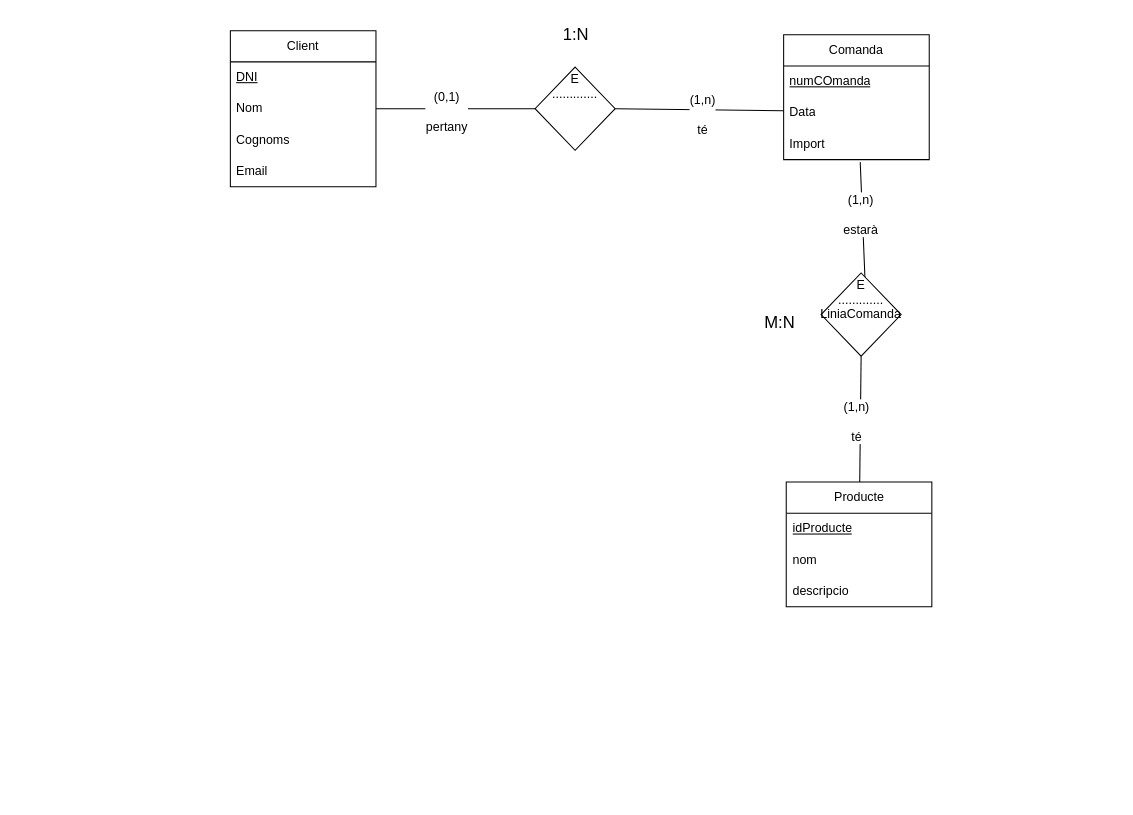
The draw.io diagram 0377-ASGBD (M10)/Untitled Diagram.drawio in gxldnn/edt, before the edit. Source tidied: cells renumbered, new cells numbered last; positions are measured from the earlier drawing's top-left corner, leaving out a move shared by most shapes. Both pictures are drawn from the tidied source at 104%, with x=0, y=0 at pixel (230, 18).
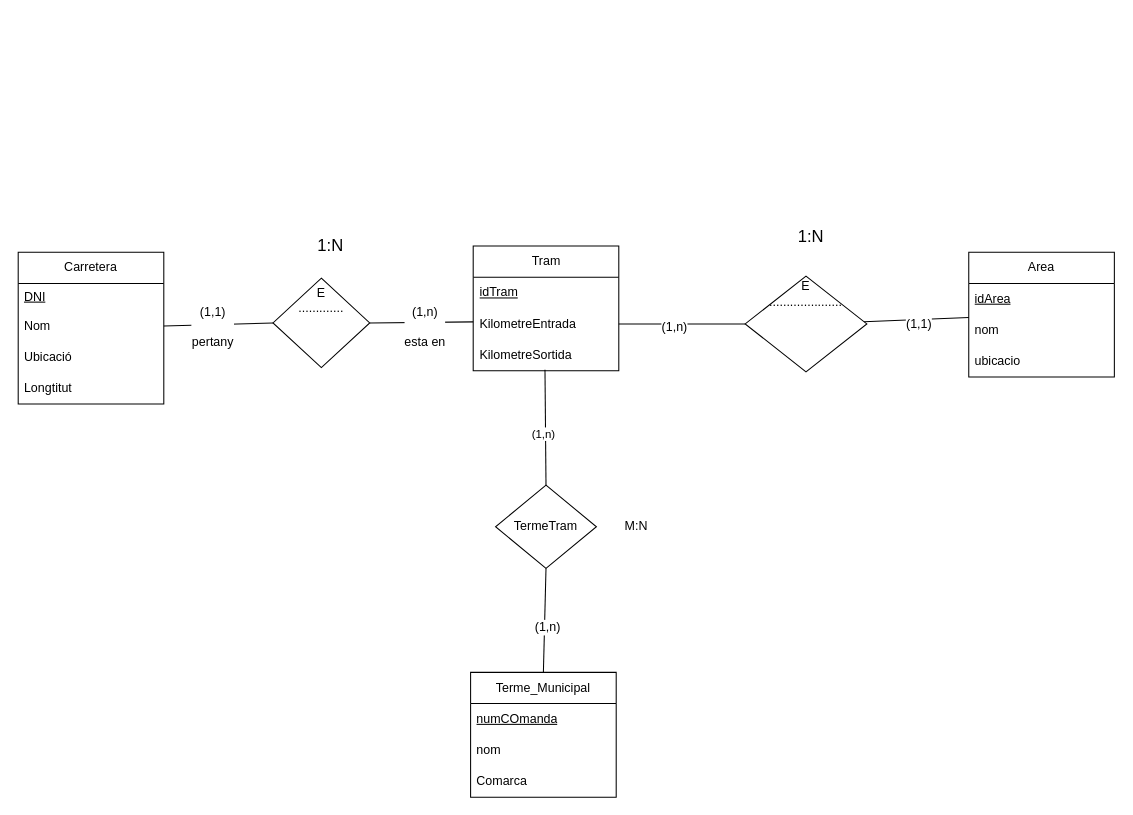
The same diagram, later.

The change refers to these unchanged cells:
```xml
<mxCell id="11" style="endArrow=none;html=1;rounded=0;fontSize=12;startSize=8;endSize=8;curved=1;entryX=0;entryY=0.5;entryDx=0;entryDy=0;exitX=1;exitY=0.5;exitDx=0;exitDy=0;" parent="1" edge="1" source="4" target="16">
  <mxGeometry relative="1" as="geometry" />
</mxCell>
<mxCell id="13" style="endArrow=none;html=1;rounded=0;fontSize=12;startSize=8;endSize=8;curved=1;entryX=0;entryY=0.433;entryDx=0;entryDy=0;exitX=1;exitY=0.5;exitDx=0;exitDy=0;entryPerimeter=0;" parent="1" edge="1" source="16" target="9">
  <mxGeometry relative="1" as="geometry" />
</mxCell>
```

Diff of the diagram source:
```diff
@@
-    <mxCell id="2" value="Client" style="swimlane;fontStyle=0;horizontal=1;startSize=30;whiteSpace=wrap;html=1;" parent="1" vertex="1">
-      <mxGeometry y="12" width="140" height="150" as="geometry" />
+    <mxCell id="2" value="Carretera" style="swimlane;fontStyle=0;horizontal=1;startSize=30;whiteSpace=wrap;html=1;" parent="1" vertex="1">
+      <mxGeometry x="-204" y="225" width="140" height="146" as="geometry" />
     </mxCell>
     <mxCell id="3" value="&lt;u&gt;DNI&lt;/u&gt;" style="text;strokeColor=none;fillColor=none;align=left;verticalAlign=middle;spacingLeft=4;spacingRight=4;overflow=hidden;whiteSpace=wrap;html=1;" parent="2" vertex="1">
-      <mxGeometry y="30" width="140" height="30" as="geometry" />
+      <mxGeometry y="30" width="140" height="26" as="geometry" />
     </mxCell>
     <mxCell id="4" value="Nom" style="text;strokeColor=none;fillColor=none;align=left;verticalAlign=middle;spacingLeft=4;spacingRight=4;overflow=hidden;points=[[0,0.5],[1,0.5]];portConstraint=eastwest;whiteSpace=wrap;html=1;" parent="2" vertex="1">
-      <mxGeometry y="60" width="140" height="30" as="geometry" />
+      <mxGeometry y="56" width="140" height="30" as="geometry" />
     </mxCell>
-    <mxCell id="5" value="&lt;div&gt;Cognoms&lt;/div&gt;" style="text;strokeColor=none;fillColor=none;align=left;verticalAlign=middle;spacingLeft=4;spacingRight=4;overflow=hidden;whiteSpace=wrap;html=1;" parent="2" vertex="1">
-      <mxGeometry y="90" width="140" height="30" as="geometry" />
+    <mxCell id="5" value="Ubicació" style="text;strokeColor=none;fillColor=none;align=left;verticalAlign=middle;spacingLeft=4;spacingRight=4;overflow=hidden;whiteSpace=wrap;html=1;" parent="2" vertex="1">
+      <mxGeometry y="86" width="140" height="30" as="geometry" />
     </mxCell>
-    <mxCell id="6" value="&lt;div&gt;Email&lt;/div&gt;" style="text;strokeColor=none;fillColor=none;align=left;verticalAlign=middle;spacingLeft=4;spacingRight=4;overflow=hidden;whiteSpace=wrap;html=1;" parent="2" vertex="1">
-      <mxGeometry y="120" width="140" height="30" as="geometry" />
+    <mxCell id="6" value="&lt;div&gt;Longtitut&lt;/div&gt;" style="text;strokeColor=none;fillColor=none;align=left;verticalAlign=middle;spacingLeft=4;spacingRight=4;overflow=hidden;whiteSpace=wrap;html=1;" parent="2" vertex="1">
+      <mxGeometry y="116" width="140" height="30" as="geometry" />
     </mxCell>
-    <mxCell id="7" value="Comanda" style="swimlane;fontStyle=0;horizontal=1;startSize=30;whiteSpace=wrap;html=1;" parent="1" vertex="1">
-      <mxGeometry x="532" y="16" width="140" height="120" as="geometry" />
+    <mxCell id="7" value="Tram" style="swimlane;fontStyle=0;horizontal=1;startSize=30;whiteSpace=wrap;html=1;" parent="1" vertex="1">
+      <mxGeometry x="233.5" y="219" width="140" height="120" as="geometry" />
     </mxCell>
-    <mxCell id="8" value="&lt;u&gt;numCOmanda&lt;/u&gt;" style="text;strokeColor=none;fillColor=none;align=left;verticalAlign=middle;spacingLeft=4;spacingRight=4;overflow=hidden;whiteSpace=wrap;html=1;" parent="7" vertex="1">
+    <mxCell id="8" value="&lt;u&gt;idTram&lt;/u&gt;" style="text;strokeColor=none;fillColor=none;align=left;verticalAlign=middle;spacingLeft=4;spacingRight=4;overflow=hidden;whiteSpace=wrap;html=1;" parent="7" vertex="1">
       <mxGeometry y="30" width="140" height="30" as="geometry" />
     </mxCell>
-    <mxCell id="9" value="Data" style="text;strokeColor=none;fillColor=none;align=left;verticalAlign=middle;spacingLeft=4;spacingRight=4;overflow=hidden;points=[[0,0.5],[1,0.5]];portConstraint=eastwest;whiteSpace=wrap;html=1;" parent="7" vertex="1">
+    <mxCell id="9" value="KilometreEntrada" style="text;strokeColor=none;fillColor=none;align=left;verticalAlign=middle;spacingLeft=4;spacingRight=4;overflow=hidden;points=[[0,0.5],[1,0.5]];portConstraint=eastwest;whiteSpace=wrap;html=1;" parent="7" vertex="1">
       <mxGeometry y="60" width="140" height="30" as="geometry" />
     </mxCell>
-    <mxCell id="10" value="Import" style="text;strokeColor=none;fillColor=none;align=left;verticalAlign=middle;spacingLeft=4;spacingRight=4;overflow=hidden;points=[[0,0.5],[1,0.5]];portConstraint=eastwest;whiteSpace=wrap;html=1;" parent="7" vertex="1">
+    <mxCell id="10" value="KilometreSortida" style="text;strokeColor=none;fillColor=none;align=left;verticalAlign=middle;spacingLeft=4;spacingRight=4;overflow=hidden;points=[[0,0.5],[1,0.5]];portConstraint=eastwest;whiteSpace=wrap;html=1;" parent="7" vertex="1">
       <mxGeometry y="90" width="140" height="30" as="geometry" />
     </mxCell>
@@
-    <mxCell id="12" value="&lt;div&gt;(0,1)&lt;/div&gt;&lt;div&gt;&lt;br&gt;&lt;/div&gt;&lt;div&gt;pertany&lt;/div&gt;" style="edgeLabel;html=1;align=center;verticalAlign=middle;fontSize=12;" parent="11" vertex="1">
+    <mxCell id="12" value="&lt;div&gt;(1,1)&lt;/div&gt;&lt;div&gt;&lt;br&gt;&lt;/div&gt;&lt;div&gt;pertany&lt;/div&gt;" style="edgeLabel;html=1;align=center;verticalAlign=middle;fontSize=12;" parent="11" vertex="1">
       <mxGeometry x="-0.13" y="-2" relative="1" as="geometry" />
     </mxCell>
@@
-    <mxCell id="14" value="&lt;div&gt;(1,n)&lt;/div&gt;&lt;div&gt;&lt;br&gt;&lt;/div&gt;&lt;div&gt;té&lt;/div&gt;" style="edgeLabel;html=1;align=center;verticalAlign=middle;fontSize=12;" parent="13" vertex="1">
+    <mxCell id="14" value="&lt;div&gt;(1,n)&lt;/div&gt;&lt;div&gt;&lt;br&gt;&lt;/div&gt;&lt;div&gt;esta en&lt;/div&gt;" style="edgeLabel;html=1;align=center;verticalAlign=middle;fontSize=12;" parent="13" vertex="1">
       <mxGeometry x="0.04" y="-4" relative="1" as="geometry" />
     </mxCell>
     <mxCell id="15" style="group;" parent="1" vertex="1">
-      <mxGeometry x="293" width="77" height="127" as="geometry" />
+      <mxGeometry x="57" y="203" width="77" height="133" as="geometry" />
     </mxCell>
     <mxCell id="16" value="&lt;div&gt;E&lt;/div&gt;&lt;div&gt;.............&lt;/div&gt;&lt;div&gt;&lt;br&gt;&lt;/div&gt;&lt;div&gt;&lt;br&gt;&lt;/div&gt;&lt;div&gt;&lt;br&gt;&lt;/div&gt;" style="rhombus;whiteSpace=wrap;html=1;" parent="15" vertex="1">
-      <mxGeometry y="47" width="77" height="80" as="geometry" />
+      <mxGeometry x="-16" y="47" width="93" height="86" as="geometry" />
     </mxCell>
@@
-    <mxCell id="18" value="Producte" style="swimlane;fontStyle=0;horizontal=1;startSize=30;whiteSpace=wrap;html=1;" parent="1" vertex="1">
-      <mxGeometry x="534.5" y="446" width="140" height="120" as="geometry" />
+    <mxCell id="18" value="Area" style="swimlane;fontStyle=0;horizontal=1;startSize=30;whiteSpace=wrap;html=1;" parent="1" vertex="1">
+      <mxGeometry x="710" y="225" width="140" height="120" as="geometry" />
     </mxCell>
-    <mxCell id="19" value="&lt;u&gt;idProducte&lt;/u&gt;" style="text;strokeColor=none;fillColor=none;align=left;verticalAlign=middle;spacingLeft=4;spacingRight=4;overflow=hidden;whiteSpace=wrap;html=1;" parent="18" vertex="1">
+    <mxCell id="19" value="&lt;u&gt;idArea&lt;/u&gt;" style="text;strokeColor=none;fillColor=none;align=left;verticalAlign=middle;spacingLeft=4;spacingRight=4;overflow=hidden;whiteSpace=wrap;html=1;" parent="18" vertex="1">
       <mxGeometry y="30" width="140" height="30" as="geometry" />
     </mxCell>
@@
-    <mxCell id="21" value="&lt;div&gt;descripcio&lt;/div&gt;" style="text;strokeColor=none;fillColor=none;align=left;verticalAlign=middle;spacingLeft=4;spacingRight=4;overflow=hidden;whiteSpace=wrap;html=1;" parent="18" vertex="1">
+    <mxCell id="21" value="&lt;div&gt;ubicacio&lt;/div&gt;" style="text;strokeColor=none;fillColor=none;align=left;verticalAlign=middle;spacingLeft=4;spacingRight=4;overflow=hidden;whiteSpace=wrap;html=1;" parent="18" vertex="1">
       <mxGeometry y="90" width="140" height="30" as="geometry" />
     </mxCell>
-    <mxCell id="22" style="endArrow=none;html=1;rounded=0;fontSize=12;startSize=8;endSize=8;curved=1;entryX=0.55;entryY=0.111;entryDx=0;entryDy=0;exitX=0.526;exitY=1.08;exitDx=0;exitDy=0;exitPerimeter=0;entryPerimeter=0;" parent="1" edge="1" source="10" target="27">
+    <mxCell id="22" style="endArrow=none;html=1;rounded=0;fontSize=12;startSize=8;endSize=8;curved=1;entryX=0;entryY=0.5;entryDx=0;entryDy=0;exitX=1;exitY=0.5;exitDx=0;exitDy=0;" parent="1" edge="1" source="9" target="27">
       <mxGeometry relative="1" as="geometry" />
     </mxCell>
-    <mxCell id="23" value="&lt;div&gt;(1,n)&lt;/div&gt;&lt;div&gt;&lt;br&gt;&lt;/div&gt;&lt;div&gt;estarà&lt;br&gt;&lt;/div&gt;" style="edgeLabel;html=1;align=center;verticalAlign=middle;fontSize=12;" parent="22" vertex="1">
+    <mxCell id="23" value="&lt;div&gt;(1,n)&lt;/div&gt;" style="edgeLabel;html=1;align=center;verticalAlign=middle;fontSize=12;" parent="22" vertex="1">
       <mxGeometry x="-0.13" y="-2" relative="1" as="geometry" />
     </mxCell>
-    <mxCell id="24" style="endArrow=none;html=1;rounded=0;fontSize=12;startSize=8;endSize=8;curved=1;exitX=0.5;exitY=1;exitDx=0;exitDy=0;" parent="1" edge="1" source="27" target="18">
+    <mxCell id="24" style="endArrow=none;html=1;rounded=0;fontSize=12;startSize=8;endSize=8;curved=1;" parent="1" edge="1" source="27" target="18">
       <mxGeometry relative="1" as="geometry" />
     </mxCell>
-    <mxCell id="25" value="&lt;div&gt;(1,n)&lt;/div&gt;&lt;div&gt;&lt;br&gt;&lt;/div&gt;&lt;div&gt;té&lt;/div&gt;" style="edgeLabel;html=1;align=center;verticalAlign=middle;fontSize=12;" parent="24" vertex="1">
+    <mxCell id="25" value="&lt;div&gt;(1,1)&lt;/div&gt;" style="edgeLabel;html=1;align=center;verticalAlign=middle;fontSize=12;" parent="24" vertex="1">
       <mxGeometry x="0.04" y="-4" relative="1" as="geometry" />
     </mxCell>
-    <mxCell id="26" style="group;" parent="1" vertex="1">
-      <mxGeometry x="506" y="245" width="139" height="80" as="geometry" />
-    </mxCell>
+    <mxCell id="29" value="Terme_Municipal" style="swimlane;fontStyle=0;horizontal=1;startSize=30;whiteSpace=wrap;html=1;" parent="1" vertex="1">
+      <mxGeometry x="231" y="629" width="140" height="120" as="geometry" />
+    </mxCell>
+    <mxCell id="30" value="&lt;u&gt;numCOmanda&lt;/u&gt;" style="text;strokeColor=none;fillColor=none;align=left;verticalAlign=middle;spacingLeft=4;spacingRight=4;overflow=hidden;whiteSpace=wrap;html=1;" parent="29" vertex="1">
+      <mxGeometry y="30" width="140" height="30" as="geometry" />
+    </mxCell>
+    <mxCell id="31" value="nom" style="text;strokeColor=none;fillColor=none;align=left;verticalAlign=middle;spacingLeft=4;spacingRight=4;overflow=hidden;whiteSpace=wrap;html=1;" parent="29" vertex="1">
+      <mxGeometry y="60" width="140" height="30" as="geometry" />
+    </mxCell>
+    <mxCell id="32" value="Comarca" style="text;strokeColor=none;fillColor=none;align=left;verticalAlign=middle;spacingLeft=4;spacingRight=4;overflow=hidden;whiteSpace=wrap;html=1;" parent="29" vertex="1">
+      <mxGeometry y="90" width="140" height="30" as="geometry" />
+    </mxCell>
-    <mxCell id="27" value="&lt;div&gt;E&lt;/div&gt;&lt;div&gt;.............&lt;/div&gt;&lt;div&gt;LiniaComanda&lt;br&gt;&lt;/div&gt;&lt;div&gt;&lt;br&gt;&lt;/div&gt;&lt;div&gt;&lt;br&gt;&lt;/div&gt;" style="rhombus;whiteSpace=wrap;html=1;" parent="26" vertex="1">
-      <mxGeometry x="62" width="77" height="80" as="geometry" />
+    <mxCell id="27" value="E&lt;div&gt;.....................&lt;/div&gt;&lt;div&gt;&lt;br&gt;&lt;/div&gt;&lt;div&gt;&lt;br&gt;&lt;/div&gt;&lt;div&gt;&lt;br&gt;&lt;/div&gt;&lt;div&gt;&lt;br&gt;&lt;/div&gt;" style="rhombus;whiteSpace=wrap;html=1;" parent="1" vertex="1">
+      <mxGeometry x="495" y="248" width="117" height="92" as="geometry" />
     </mxCell>
-    <mxCell id="28" value="M:N" style="text;html=1;align=center;verticalAlign=middle;strokeColor=none;fillColor=none;fontSize=16;" parent="26" vertex="1">
-      <mxGeometry x="-2" y="31" width="47" height="31" as="geometry" />
+    <mxCell id="28" value="1:N" style="text;html=1;align=center;verticalAlign=middle;strokeColor=none;fillColor=none;fontSize=16;" parent="1" vertex="1">
+      <mxGeometry x="536" y="194" width="43" height="31" as="geometry" />
     </mxCell>
+    <mxCell id="33" style="endArrow=none;html=1;rounded=0;fontSize=12;startSize=8;endSize=8;curved=1;entryX=0.5;entryY=1;entryDx=0;entryDy=0;exitX=0.5;exitY=0;exitDx=0;exitDy=0;" parent="1" edge="1" source="29" target="35">
+      <mxGeometry relative="1" as="geometry" />
+    </mxCell>
+    <mxCell id="34" value="&lt;div&gt;(1,n)&lt;/div&gt;" style="edgeLabel;html=1;align=center;verticalAlign=middle;fontSize=12;" parent="33" vertex="1">
+      <mxGeometry x="-0.13" y="-2" relative="1" as="geometry" />
+    </mxCell>
+    <mxCell id="35" value="&lt;div&gt;TermeTram&lt;/div&gt;" style="rhombus;whiteSpace=wrap;html=1;" parent="1" vertex="1">
+      <mxGeometry x="255" y="449" width="97" height="80" as="geometry" />
+    </mxCell>
+    <mxCell id="36" style="endArrow=none;html=1;rounded=0;exitX=0.5;exitY=0;exitDx=0;exitDy=0;entryX=0.493;entryY=0.967;entryDx=0;entryDy=0;entryPerimeter=0;" parent="1" edge="1" source="35" target="10">
+      <mxGeometry relative="1" as="geometry" />
+    </mxCell>
+    <mxCell id="37" value="(1,n)" style="edgeLabel;html=1;align=center;verticalAlign=middle;" parent="36" vertex="1">
+      <mxGeometry x="0.21" relative="1" as="geometry">
+        <mxPoint x="-2" y="17" as="offset" />
+      </mxGeometry>
+    </mxCell>
+    <mxCell id="38" value="M:N" style="text;html=1;align=center;verticalAlign=middle;strokeColor=none;fillColor=none;" parent="1" vertex="1">
+      <mxGeometry x="370" y="476" width="40" height="26" as="geometry" />
+    </mxCell>
```
